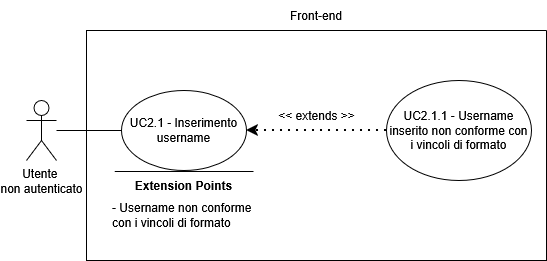
This is assets/diagrams/UC2_1.png from SkarabGroup/DocumentazioneProgetto, a draw.io export, as it was before one commit. Source tidied: cells renumbered, new cells last; positions are measured from the earlier drawing's top-left corner, leaving out a move shared by most shapes.
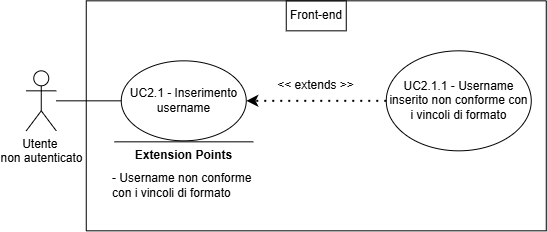
The same diagram one commit later.

Change to the diagram source:
```diff
@@ -5,38 +5,38 @@
     <mxCell id="2" value="&lt;div&gt;Utente&amp;nbsp;&lt;/div&gt;&lt;div&gt;non autenticato&lt;/div&gt;" style="shape=umlActor;verticalLabelPosition=bottom;verticalAlign=top;html=1;outlineConnect=0;" parent="1" vertex="1">
       <mxGeometry y="100" width="30" height="60" as="geometry" />
     </mxCell>
-    <mxCell id="3" style="swimlane;startSize=0;" parent="1" vertex="1">
-      <mxGeometry x="60" y="30" width="460" height="230" as="geometry" />
-    </mxCell>
+    <mxCell id="13" style="swimlane;startSize=0;" parent="1" vertex="1">
+      <mxGeometry x="60" y="30" width="460" height="230" as="geometry" />
+    </mxCell>
-    <mxCell id="4" value="&lt;div&gt;UC2.1 - Inserimento username&lt;/div&gt;" style="ellipse;whiteSpace=wrap;html=1;" parent="3" vertex="1">
+    <mxCell id="4" value="&lt;div&gt;UC2.1 - Inserimento username&lt;/div&gt;" style="ellipse;whiteSpace=wrap;html=1;" parent="13" vertex="1">
       <mxGeometry x="35" y="60" width="125" height="80" as="geometry" />
     </mxCell>
-    <mxCell id="5" value="UC2.1.1 - Username inserito non conforme con i vincoli di formato" style="ellipse;whiteSpace=wrap;html=1;" parent="3" vertex="1">
+    <mxCell id="5" value="UC2.1.1 - Username inserito non conforme con i vincoli di formato" style="ellipse;whiteSpace=wrap;html=1;" parent="13" vertex="1">
       <mxGeometry x="300" y="50" width="145" height="100" as="geometry" />
     </mxCell>
-    <mxCell id="6" style="endArrow=classic;dashed=1;html=1;dashPattern=1 3;strokeWidth=2;rounded=0;entryX=1;entryY=0.5;entryDx=0;entryDy=0;exitX=0;exitY=0.5;exitDx=0;exitDy=0;strokeColor=default;curved=0;endFill=1;endSize=6;" parent="3" edge="1" source="5" target="4">
+    <mxCell id="6" style="endArrow=classic;dashed=1;html=1;dashPattern=1 3;strokeWidth=2;rounded=0;entryX=1;entryY=0.5;entryDx=0;entryDy=0;exitX=0;exitY=0.5;exitDx=0;exitDy=0;strokeColor=default;curved=0;endFill=1;endSize=6;" parent="13" edge="1" source="5" target="4">
       <mxGeometry relative="1" as="geometry" />
     </mxCell>
-    <mxCell id="7" value="&lt;div&gt;&amp;lt;&amp;lt; extends &amp;gt;&amp;gt;&lt;/div&gt;" style="text;html=1;whiteSpace=wrap;strokeColor=none;fillColor=none;align=center;verticalAlign=middle;rounded=0;" parent="3" vertex="1">
+    <mxCell id="7" value="&lt;div&gt;&amp;lt;&amp;lt; extends &amp;gt;&amp;gt;&lt;/div&gt;" style="text;html=1;whiteSpace=wrap;strokeColor=none;fillColor=none;align=center;verticalAlign=middle;rounded=0;" parent="13" vertex="1">
       <mxGeometry x="182.5" y="70" width="95" height="30" as="geometry" />
     </mxCell>
-    <mxCell id="8" style="endArrow=none;html=1;rounded=0;" parent="3" edge="1">
-      <mxGeometry relative="1" as="geometry">
-        <mxPoint x="167" y="141" as="sourcePoint" />
-        <mxPoint x="28.2" y="141" as="targetPoint" />
-      </mxGeometry>
-    </mxCell>
+    <mxCell id="14" style="endArrow=none;html=1;rounded=0;" parent="13" edge="1">
+      <mxGeometry relative="1" as="geometry">
+        <mxPoint x="167" y="141" as="sourcePoint" />
+        <mxPoint x="28.2" y="141" as="targetPoint" />
+      </mxGeometry>
+    </mxCell>
-    <mxCell id="9" value="&lt;b&gt;Extension Points&lt;/b&gt;" style="text;html=1;whiteSpace=wrap;strokeColor=none;fillColor=none;align=center;verticalAlign=middle;rounded=0;strokeWidth=5;" parent="3" vertex="1">
+    <mxCell id="9" value="&lt;b&gt;Extension Points&lt;/b&gt;" style="text;html=1;whiteSpace=wrap;strokeColor=none;fillColor=none;align=center;verticalAlign=middle;rounded=0;strokeWidth=5;" parent="13" vertex="1">
       <mxGeometry x="40" y="140" width="115" height="30" as="geometry" />
     </mxCell>
-    <mxCell id="10" value="&lt;div align=&quot;left&quot;&gt;- Username non conforme con i vincoli di formato&lt;/div&gt;" style="text;html=1;whiteSpace=wrap;strokeColor=none;fillColor=none;align=left;verticalAlign=middle;rounded=0;" parent="3" vertex="1">
+    <mxCell id="10" value="&lt;div align=&quot;left&quot;&gt;- Username non conforme con i vincoli di formato&lt;/div&gt;" style="text;html=1;whiteSpace=wrap;strokeColor=none;fillColor=none;align=left;verticalAlign=middle;rounded=0;" parent="13" vertex="1">
       <mxGeometry x="24" y="140" width="147" height="90" as="geometry" />
     </mxCell>
+    <mxCell id="12" value="Front-end" style="text;html=1;whiteSpace=wrap;strokeColor=default;fillColor=none;align=center;verticalAlign=middle;rounded=0;perimeterSpacing=1;" parent="13" vertex="1">
+      <mxGeometry x="200" width="60" height="30" as="geometry" />
+    </mxCell>
     <mxCell id="11" style="endArrow=none;html=1;rounded=0;entryX=0;entryY=0.5;entryDx=0;entryDy=0;" parent="1" edge="1" source="2" target="4">
       <mxGeometry relative="1" as="geometry" />
     </mxCell>
-    <mxCell id="12" value="Front-end" style="text;html=1;whiteSpace=wrap;strokeColor=none;fillColor=none;align=center;verticalAlign=middle;rounded=0;" parent="1" vertex="1">
-      <mxGeometry x="260" width="60" height="30" as="geometry" />
-    </mxCell>
   </root>
 </mxGraphModel>
```
